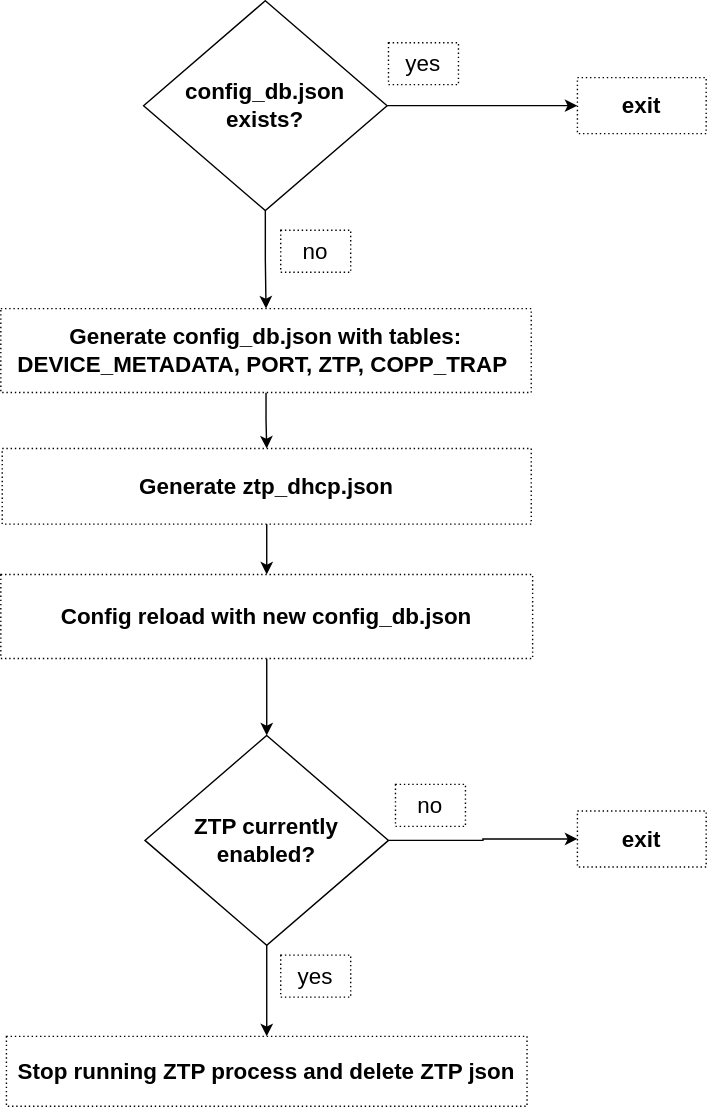
Before: doc/ztp/images/config-setup.svg, a diagram exported from draw.io (liorghub/SONiC). Source tidied: cells renumbered, new cells last; positions are measured from the earlier drawing's top-left corner, leaving out a move shared by most shapes.
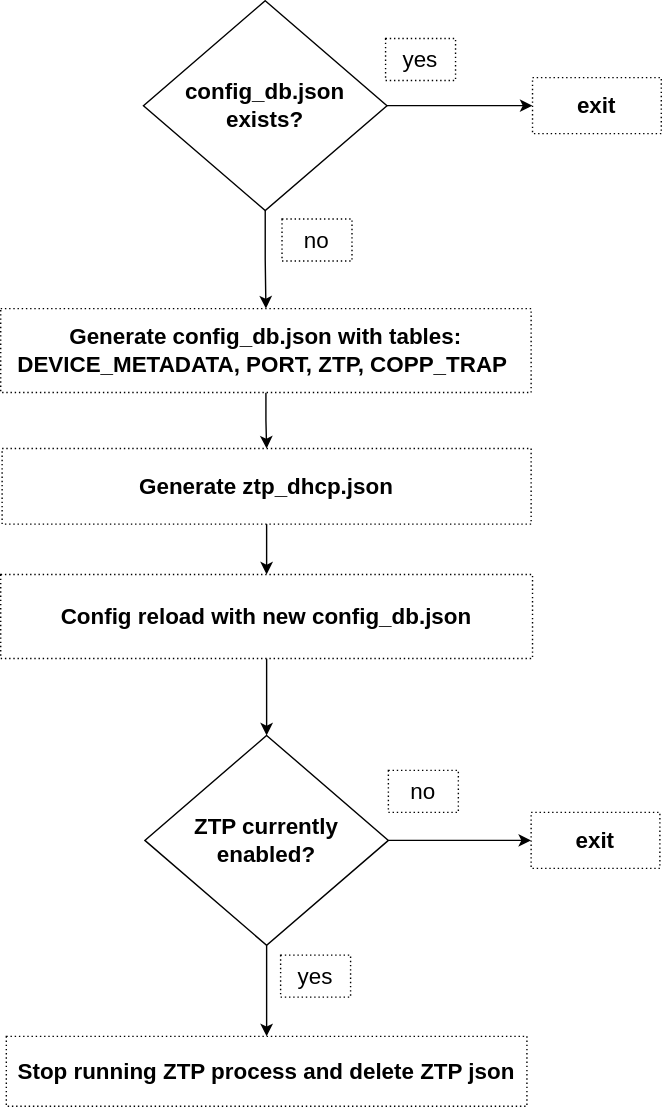
After the commit.

Commit message:
Update 11 in-band ZTP HLD

Change to the diagram source:
```diff
@@ -21,7 +21,7 @@
       <mxGeometry x="103" y="525" width="174" height="150" as="geometry" />
     </mxCell>
     <mxCell id="8" value="no" style="whiteSpace=wrap;html=1;fontSize=16;dashed=1;dashPattern=1 2;" parent="1" vertex="1">
-      <mxGeometry x="200" y="164" width="50" height="30" as="geometry" />
+      <mxGeometry x="201" y="156" width="50" height="30" as="geometry" />
     </mxCell>
     <mxCell id="9" style="edgeStyle=orthogonalEdgeStyle;rounded=0;jettySize=auto;html=1;entryX=0.5;entryY=0;entryDx=0;entryDy=0;fontSize=16;" parent="1" edge="1" source="10" target="12">
       <mxGeometry relative="1" as="geometry" />
@@ -42,22 +42,25 @@
       <mxGeometry y="410" width="380" height="60" as="geometry" />
     </mxCell>
     <mxCell id="15" value="exit" style="rounded=0;whiteSpace=wrap;html=1;dashed=1;dashPattern=1 2;fontSize=16;fontStyle=1;" parent="1" vertex="1">
-      <mxGeometry x="412" y="55" width="92" height="40" as="geometry" />
+      <mxGeometry x="380" y="55" width="92" height="40" as="geometry" />
     </mxCell>
     <mxCell id="16" value="yes" style="whiteSpace=wrap;html=1;fontSize=16;dashed=1;dashPattern=1 2;" parent="1" vertex="1">
-      <mxGeometry x="277" y="30" width="50" height="30" as="geometry" />
+      <mxGeometry x="275" y="27" width="50" height="30" as="geometry" />
     </mxCell>
     <mxCell id="17" value="Stop running ZTP process and delete ZTP json" style="rounded=0;whiteSpace=wrap;html=1;dashed=1;dashPattern=1 2;fontSize=16;fontStyle=1;" parent="1" vertex="1">
       <mxGeometry x="4" y="740" width="372" height="50" as="geometry" />
     </mxCell>
     <mxCell id="18" value="exit" style="rounded=0;whiteSpace=wrap;html=1;dashed=1;dashPattern=1 2;fontSize=16;fontStyle=1;" parent="1" vertex="1">
-      <mxGeometry x="412" y="579" width="92" height="40" as="geometry" />
+      <mxGeometry x="379" y="580" width="92" height="40" as="geometry" />
     </mxCell>
     <mxCell id="19" value="yes" style="whiteSpace=wrap;html=1;fontSize=16;dashed=1;dashPattern=1 2;" parent="1" vertex="1">
       <mxGeometry x="200" y="682" width="50" height="30" as="geometry" />
     </mxCell>
     <mxCell id="20" value="no" style="whiteSpace=wrap;html=1;fontSize=16;dashed=1;dashPattern=1 2;" parent="1" vertex="1">
-      <mxGeometry x="282" y="560" width="50" height="30" as="geometry" />
+      <mxGeometry x="277" y="550" width="50" height="30" as="geometry" />
     </mxCell>
+    <mxCell id="21" style="edgeStyle=orthogonalEdgeStyle;rounded=0;orthogonalLoop=1;jettySize=auto;html=1;exitX=0.5;exitY=1;exitDx=0;exitDy=0;" parent="1" edge="1" source="19" target="19">
+      <mxGeometry relative="1" as="geometry" />
+    </mxCell>
   </root>
 </mxGraphModel>
```
